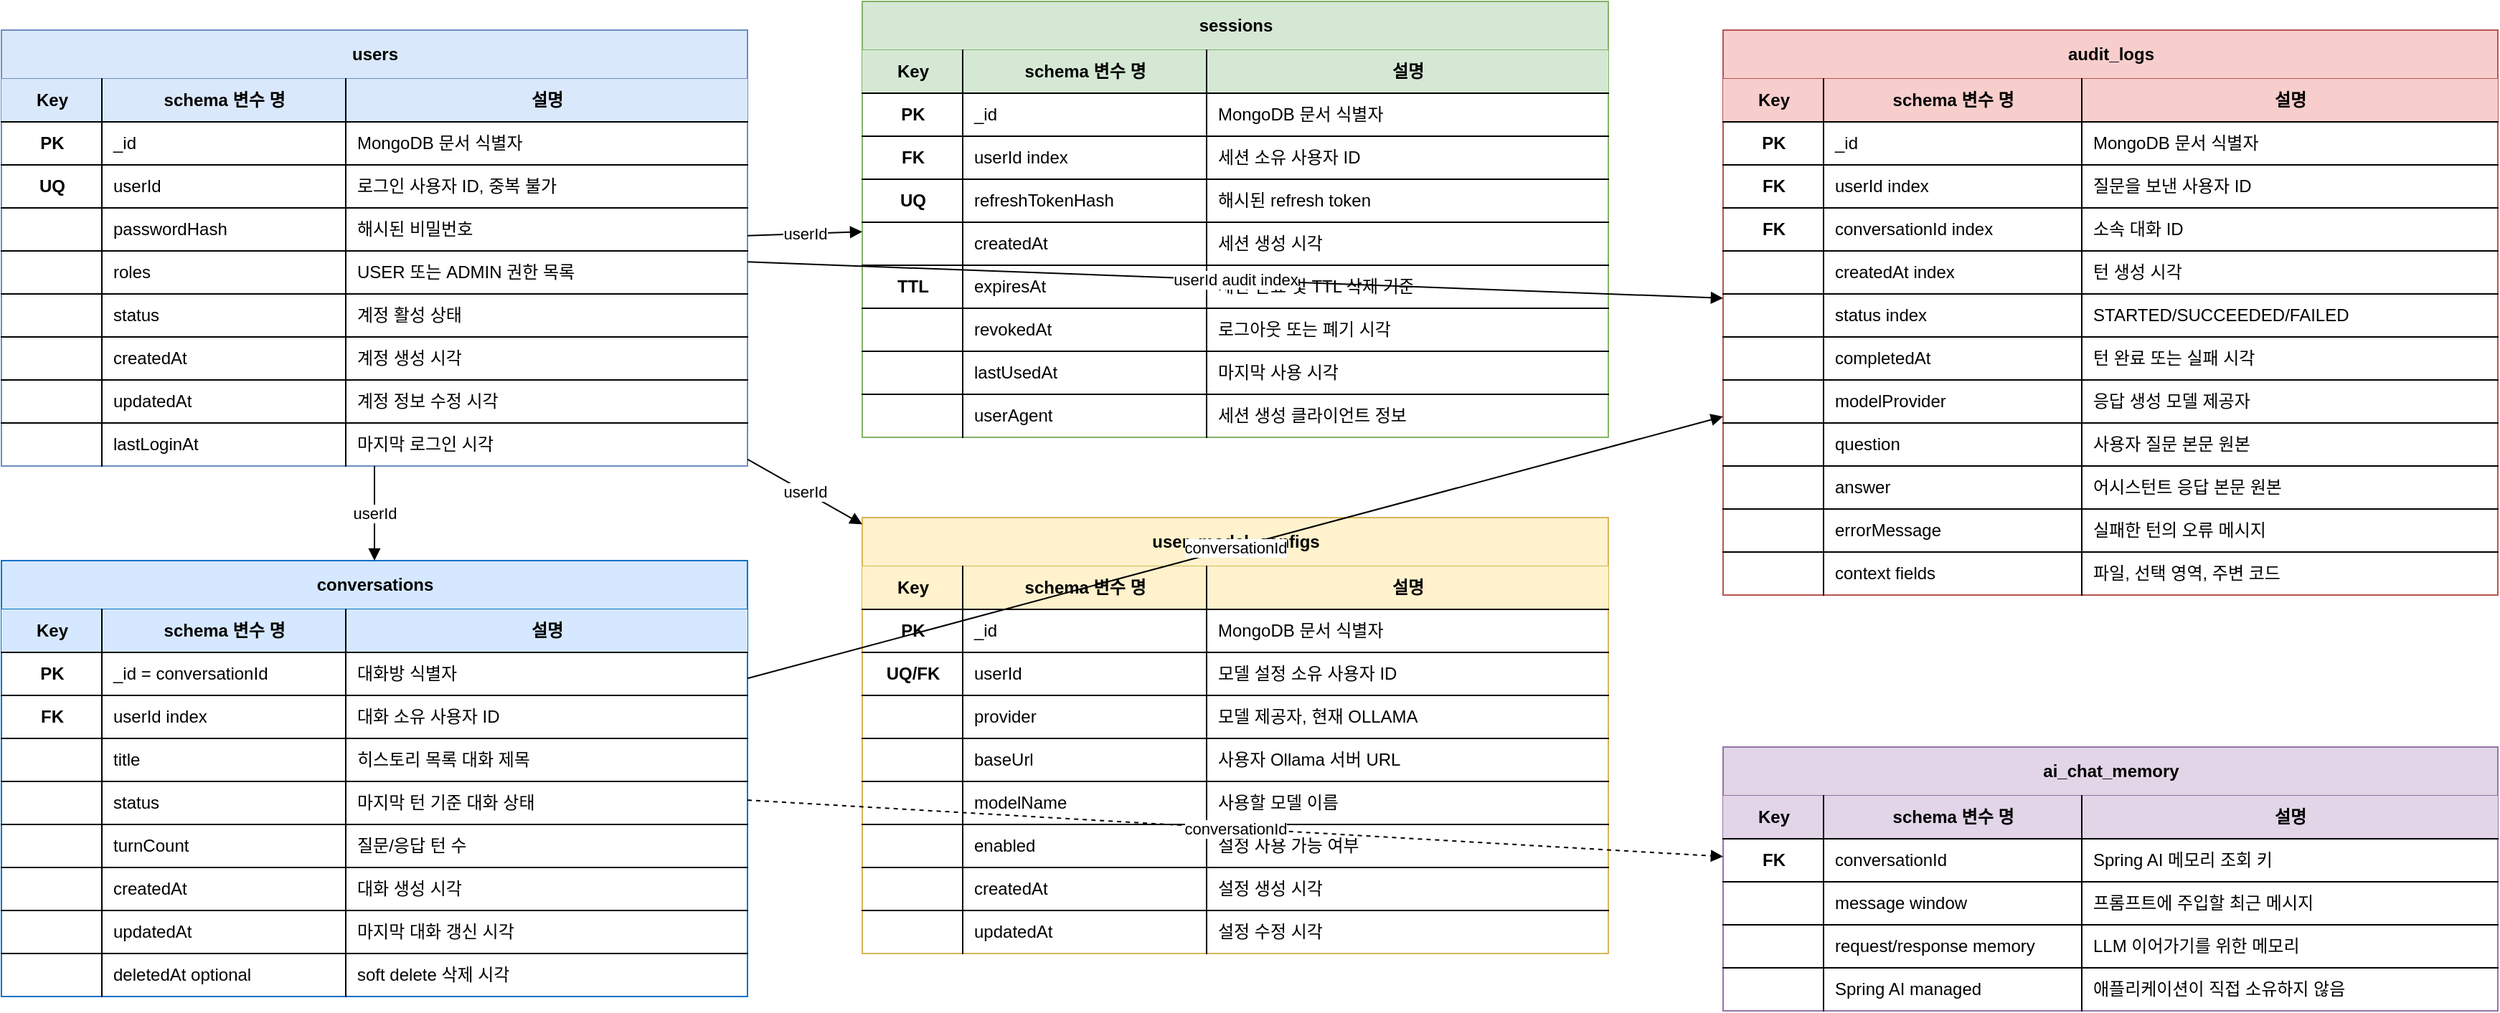
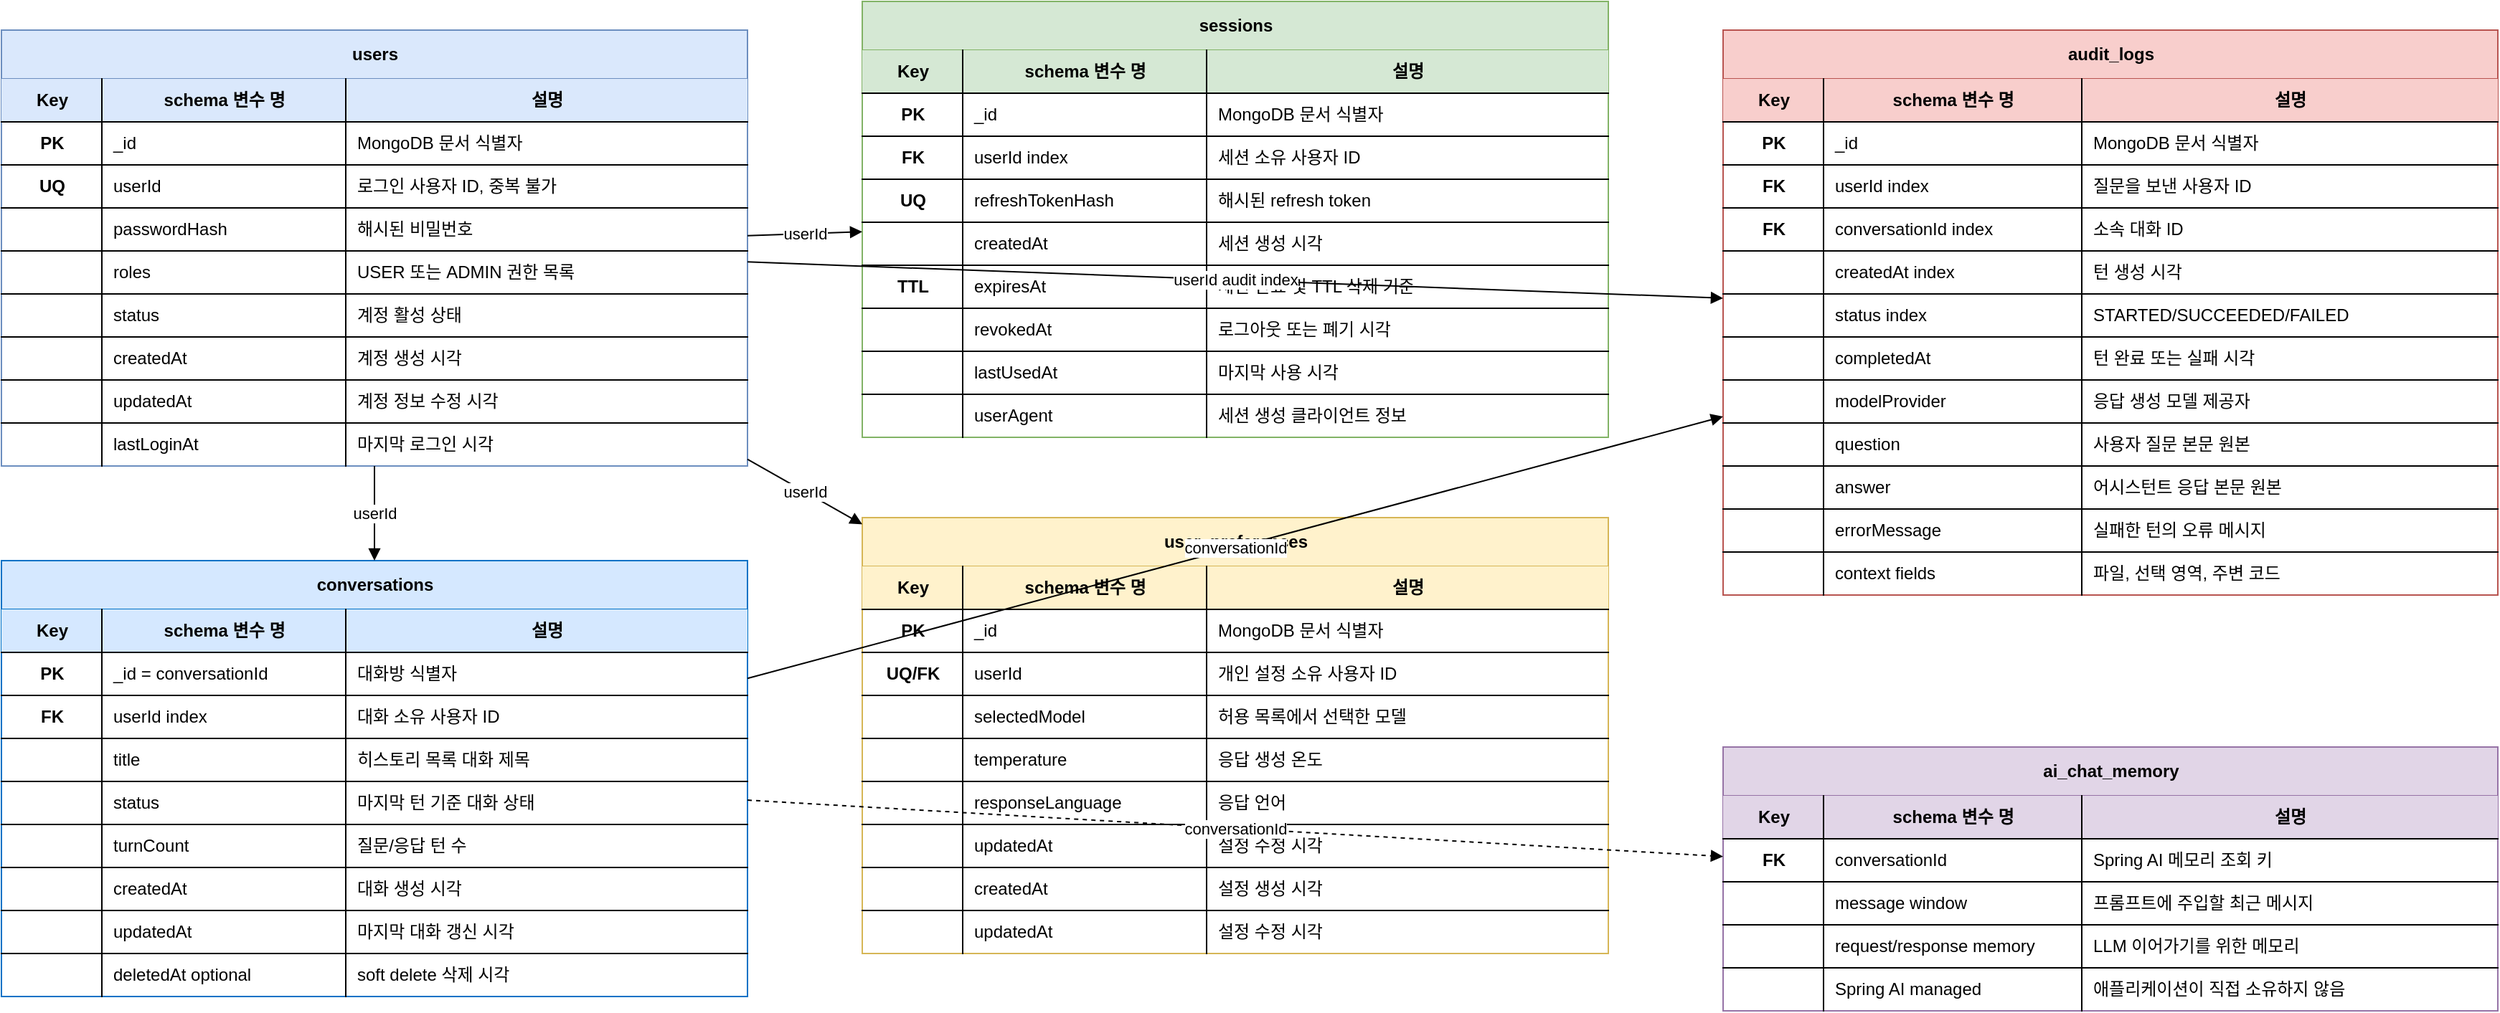
<mxfile host="app.diagrams.net" modified="2026-06-25T00:00:00.000Z" agent="Codex" version="26.0.0">
  <diagram id="klee-code-mongodb-erd" name="MongoDB Collection ERD">
    <mxGraphModel dx="1800" dy="1180" grid="1" gridSize="10" guides="1" tooltips="1" connect="1" arrows="1" fold="1" page="1" pageScale="1" pageWidth="1800" pageHeight="1180" math="0" shadow="0">
      <root>
        <mxCell id="0" />
        <mxCell id="1" parent="0" />
        <mxCell id="users" value="users" style="shape=table;startSize=34;container=1;collapsible=1;childLayout=tableLayout;fixedRows=1;rowLines=0;fontStyle=1;align=center;resizeLast=1;html=1;rounded=0;fillColor=#dae8fc;strokeColor=#6c8ebf;" vertex="1" parent="1">
          <mxGeometry x="40" y="60" width="520" height="304" as="geometry" />
        </mxCell>
        <mxCell id="users_header" value="" style="shape=tableRow;horizontal=0;startSize=0;swimlaneHead=0;swimlaneBody=0;fillColor=#dae8fc;collapsible=0;dropTarget=0;points=[[0,0.5],[1,0.5]];portConstraint=eastwest;top=0;left=0;right=0;bottom=1;" vertex="1" parent="users">
          <mxGeometry y="34" width="520" height="30" as="geometry" />
        </mxCell>
        <mxCell id="users_header_key" value="Key" style="shape=partialRectangle;connectable=0;fillColor=none;top=0;left=0;bottom=0;right=1;fontStyle=1;align=center;html=1;" vertex="1" parent="users_header">
          <mxGeometry width="70" height="30" as="geometry" />
        </mxCell>
        <mxCell id="users_header_field" value="schema 변수 명" style="shape=partialRectangle;connectable=0;fillColor=none;top=0;left=0;bottom=0;right=1;fontStyle=1;align=center;html=1;" vertex="1" parent="users_header">
          <mxGeometry x="70" width="170" height="30" as="geometry" />
        </mxCell>
        <mxCell id="users_header_desc" value="설명" style="shape=partialRectangle;connectable=0;fillColor=none;top=0;left=0;bottom=0;right=0;fontStyle=1;align=center;html=1;" vertex="1" parent="users_header">
          <mxGeometry x="240" width="280" height="30" as="geometry" />
        </mxCell>
        <mxCell id="users_row_id" value="" style="shape=tableRow;horizontal=0;startSize=0;swimlaneHead=0;swimlaneBody=0;fillColor=none;collapsible=0;dropTarget=0;points=[[0,0.5],[1,0.5]];portConstraint=eastwest;top=0;left=0;right=0;bottom=1;" vertex="1" parent="users"><mxGeometry y="64" width="520" height="30" as="geometry" /></mxCell>
        <mxCell id="users_row_id_key" value="PK" style="shape=partialRectangle;connectable=0;fillColor=none;top=0;left=0;bottom=0;right=1;fontStyle=1;align=center;html=1;" vertex="1" parent="users_row_id"><mxGeometry width="70" height="30" as="geometry" /></mxCell>
        <mxCell id="users_row_id_field" value="_id" style="shape=partialRectangle;connectable=0;fillColor=none;top=0;left=0;bottom=0;right=1;align=left;spacingLeft=6;html=1;" vertex="1" parent="users_row_id"><mxGeometry x="70" width="170" height="30" as="geometry" /></mxCell>
        <mxCell id="users_row_id_desc" value="MongoDB 문서 식별자" style="shape=partialRectangle;connectable=0;fillColor=none;top=0;left=0;bottom=0;right=0;align=left;spacingLeft=6;html=1;" vertex="1" parent="users_row_id"><mxGeometry x="240" width="280" height="30" as="geometry" /></mxCell>
        <mxCell id="users_row_userid" value="" style="shape=tableRow;horizontal=0;startSize=0;fillColor=none;collapsible=0;dropTarget=0;top=0;left=0;right=0;bottom=1;" vertex="1" parent="users"><mxGeometry y="94" width="520" height="30" as="geometry" /></mxCell>
        <mxCell id="users_row_userid_key" value="UQ" style="shape=partialRectangle;connectable=0;fillColor=none;top=0;left=0;bottom=0;right=1;fontStyle=1;align=center;html=1;" vertex="1" parent="users_row_userid"><mxGeometry width="70" height="30" as="geometry" /></mxCell>
        <mxCell id="users_row_userid_field" value="userId" style="shape=partialRectangle;connectable=0;fillColor=none;top=0;left=0;bottom=0;right=1;align=left;spacingLeft=6;html=1;" vertex="1" parent="users_row_userid"><mxGeometry x="70" width="170" height="30" as="geometry" /></mxCell>
        <mxCell id="users_row_userid_desc" value="로그인 사용자 ID, 중복 불가" style="shape=partialRectangle;connectable=0;fillColor=none;top=0;left=0;bottom=0;right=0;align=left;spacingLeft=6;html=1;" vertex="1" parent="users_row_userid"><mxGeometry x="240" width="280" height="30" as="geometry" /></mxCell>
        <mxCell id="users_row_password" value="" style="shape=tableRow;horizontal=0;startSize=0;fillColor=none;collapsible=0;dropTarget=0;top=0;left=0;right=0;bottom=1;" vertex="1" parent="users"><mxGeometry y="124" width="520" height="30" as="geometry" /></mxCell>
        <mxCell id="users_row_password_key" value="" style="shape=partialRectangle;connectable=0;fillColor=none;top=0;left=0;bottom=0;right=1;html=1;" vertex="1" parent="users_row_password"><mxGeometry width="70" height="30" as="geometry" /></mxCell>
        <mxCell id="users_row_password_field" value="passwordHash" style="shape=partialRectangle;connectable=0;fillColor=none;top=0;left=0;bottom=0;right=1;align=left;spacingLeft=6;html=1;" vertex="1" parent="users_row_password"><mxGeometry x="70" width="170" height="30" as="geometry" /></mxCell>
        <mxCell id="users_row_password_desc" value="해시된 비밀번호" style="shape=partialRectangle;connectable=0;fillColor=none;top=0;left=0;bottom=0;right=0;align=left;spacingLeft=6;html=1;" vertex="1" parent="users_row_password"><mxGeometry x="240" width="280" height="30" as="geometry" /></mxCell>
        <mxCell id="users_row_roles" value="" style="shape=tableRow;horizontal=0;startSize=0;fillColor=none;collapsible=0;dropTarget=0;top=0;left=0;right=0;bottom=1;" vertex="1" parent="users"><mxGeometry y="154" width="520" height="30" as="geometry" /></mxCell>
        <mxCell id="users_row_roles_key" value="" style="shape=partialRectangle;connectable=0;fillColor=none;top=0;left=0;bottom=0;right=1;html=1;" vertex="1" parent="users_row_roles"><mxGeometry width="70" height="30" as="geometry" /></mxCell>
        <mxCell id="users_row_roles_field" value="roles" style="shape=partialRectangle;connectable=0;fillColor=none;top=0;left=0;bottom=0;right=1;align=left;spacingLeft=6;html=1;" vertex="1" parent="users_row_roles"><mxGeometry x="70" width="170" height="30" as="geometry" /></mxCell>
        <mxCell id="users_row_roles_desc" value="USER 또는 ADMIN 권한 목록" style="shape=partialRectangle;connectable=0;fillColor=none;top=0;left=0;bottom=0;right=0;align=left;spacingLeft=6;html=1;" vertex="1" parent="users_row_roles"><mxGeometry x="240" width="280" height="30" as="geometry" /></mxCell>
        <mxCell id="users_row_status" value="" style="shape=tableRow;horizontal=0;startSize=0;fillColor=none;collapsible=0;dropTarget=0;top=0;left=0;right=0;bottom=1;" vertex="1" parent="users"><mxGeometry y="184" width="520" height="30" as="geometry" /></mxCell>
        <mxCell id="users_row_status_key" value="" style="shape=partialRectangle;connectable=0;fillColor=none;top=0;left=0;bottom=0;right=1;html=1;" vertex="1" parent="users_row_status"><mxGeometry width="70" height="30" as="geometry" /></mxCell>
        <mxCell id="users_row_status_field" value="status" style="shape=partialRectangle;connectable=0;fillColor=none;top=0;left=0;bottom=0;right=1;align=left;spacingLeft=6;html=1;" vertex="1" parent="users_row_status"><mxGeometry x="70" width="170" height="30" as="geometry" /></mxCell>
        <mxCell id="users_row_status_desc" value="계정 활성 상태" style="shape=partialRectangle;connectable=0;fillColor=none;top=0;left=0;bottom=0;right=0;align=left;spacingLeft=6;html=1;" vertex="1" parent="users_row_status"><mxGeometry x="240" width="280" height="30" as="geometry" /></mxCell>
        <mxCell id="users_row_created" value="" style="shape=tableRow;horizontal=0;startSize=0;fillColor=none;collapsible=0;dropTarget=0;top=0;left=0;right=0;bottom=1;" vertex="1" parent="users"><mxGeometry y="214" width="520" height="30" as="geometry" /></mxCell>
        <mxCell id="users_row_created_key" value="" style="shape=partialRectangle;connectable=0;fillColor=none;top=0;left=0;bottom=0;right=1;html=1;" vertex="1" parent="users_row_created"><mxGeometry width="70" height="30" as="geometry" /></mxCell>
        <mxCell id="users_row_created_field" value="createdAt" style="shape=partialRectangle;connectable=0;fillColor=none;top=0;left=0;bottom=0;right=1;align=left;spacingLeft=6;html=1;" vertex="1" parent="users_row_created"><mxGeometry x="70" width="170" height="30" as="geometry" /></mxCell>
        <mxCell id="users_row_created_desc" value="계정 생성 시각" style="shape=partialRectangle;connectable=0;fillColor=none;top=0;left=0;bottom=0;right=0;align=left;spacingLeft=6;html=1;" vertex="1" parent="users_row_created"><mxGeometry x="240" width="280" height="30" as="geometry" /></mxCell>
        <mxCell id="users_row_updated" value="" style="shape=tableRow;horizontal=0;startSize=0;fillColor=none;collapsible=0;dropTarget=0;top=0;left=0;right=0;bottom=1;" vertex="1" parent="users"><mxGeometry y="244" width="520" height="30" as="geometry" /></mxCell>
        <mxCell id="users_row_updated_key" value="" style="shape=partialRectangle;connectable=0;fillColor=none;top=0;left=0;bottom=0;right=1;html=1;" vertex="1" parent="users_row_updated"><mxGeometry width="70" height="30" as="geometry" /></mxCell>
        <mxCell id="users_row_updated_field" value="updatedAt" style="shape=partialRectangle;connectable=0;fillColor=none;top=0;left=0;bottom=0;right=1;align=left;spacingLeft=6;html=1;" vertex="1" parent="users_row_updated"><mxGeometry x="70" width="170" height="30" as="geometry" /></mxCell>
        <mxCell id="users_row_updated_desc" value="계정 정보 수정 시각" style="shape=partialRectangle;connectable=0;fillColor=none;top=0;left=0;bottom=0;right=0;align=left;spacingLeft=6;html=1;" vertex="1" parent="users_row_updated"><mxGeometry x="240" width="280" height="30" as="geometry" /></mxCell>
        <mxCell id="users_row_login" value="" style="shape=tableRow;horizontal=0;startSize=0;fillColor=none;collapsible=0;dropTarget=0;top=0;left=0;right=0;bottom=0;" vertex="1" parent="users"><mxGeometry y="274" width="520" height="30" as="geometry" /></mxCell>
        <mxCell id="users_row_login_key" value="" style="shape=partialRectangle;connectable=0;fillColor=none;top=0;left=0;bottom=0;right=1;html=1;" vertex="1" parent="users_row_login"><mxGeometry width="70" height="30" as="geometry" /></mxCell>
        <mxCell id="users_row_login_field" value="lastLoginAt" style="shape=partialRectangle;connectable=0;fillColor=none;top=0;left=0;bottom=0;right=1;align=left;spacingLeft=6;html=1;" vertex="1" parent="users_row_login"><mxGeometry x="70" width="170" height="30" as="geometry" /></mxCell>
        <mxCell id="users_row_login_desc" value="마지막 로그인 시각" style="shape=partialRectangle;connectable=0;fillColor=none;top=0;left=0;bottom=0;right=0;align=left;spacingLeft=6;html=1;" vertex="1" parent="users_row_login"><mxGeometry x="240" width="280" height="30" as="geometry" /></mxCell>

        <mxCell id="sessions" value="sessions" style="shape=table;startSize=34;container=1;collapsible=1;childLayout=tableLayout;fixedRows=1;rowLines=0;fontStyle=1;align=center;resizeLast=1;html=1;rounded=0;fillColor=#d5e8d4;strokeColor=#82b366;" vertex="1" parent="1">
          <mxGeometry x="640" y="40" width="520" height="304" as="geometry" />
        </mxCell>
        <mxCell id="sessions_header" value="" style="shape=tableRow;horizontal=0;startSize=0;fillColor=#d5e8d4;collapsible=0;dropTarget=0;top=0;left=0;right=0;bottom=1;" vertex="1" parent="sessions"><mxGeometry y="34" width="520" height="30" as="geometry" /></mxCell>
        <mxCell id="sessions_header_key" value="Key" style="shape=partialRectangle;connectable=0;fillColor=none;top=0;left=0;bottom=0;right=1;fontStyle=1;align=center;html=1;" vertex="1" parent="sessions_header"><mxGeometry width="70" height="30" as="geometry" /></mxCell>
        <mxCell id="sessions_header_field" value="schema 변수 명" style="shape=partialRectangle;connectable=0;fillColor=none;top=0;left=0;bottom=0;right=1;fontStyle=1;align=center;html=1;" vertex="1" parent="sessions_header"><mxGeometry x="70" width="170" height="30" as="geometry" /></mxCell>
        <mxCell id="sessions_header_desc" value="설명" style="shape=partialRectangle;connectable=0;fillColor=none;top=0;left=0;bottom=0;right=0;fontStyle=1;align=center;html=1;" vertex="1" parent="sessions_header"><mxGeometry x="240" width="280" height="30" as="geometry" /></mxCell>
        <mxCell id="sessions_row_id" value="" style="shape=tableRow;horizontal=0;startSize=0;fillColor=none;collapsible=0;dropTarget=0;top=0;left=0;right=0;bottom=1;" vertex="1" parent="sessions"><mxGeometry y="64" width="520" height="30" as="geometry" /></mxCell>
        <mxCell id="sessions_row_id_key" value="PK" style="shape=partialRectangle;connectable=0;fillColor=none;top=0;left=0;bottom=0;right=1;fontStyle=1;align=center;html=1;" vertex="1" parent="sessions_row_id"><mxGeometry width="70" height="30" as="geometry" /></mxCell>
        <mxCell id="sessions_row_id_field" value="_id" style="shape=partialRectangle;connectable=0;fillColor=none;top=0;left=0;bottom=0;right=1;align=left;spacingLeft=6;html=1;" vertex="1" parent="sessions_row_id"><mxGeometry x="70" width="170" height="30" as="geometry" /></mxCell>
        <mxCell id="sessions_row_id_desc" value="MongoDB 문서 식별자" style="shape=partialRectangle;connectable=0;fillColor=none;top=0;left=0;bottom=0;right=0;align=left;spacingLeft=6;html=1;" vertex="1" parent="sessions_row_id"><mxGeometry x="240" width="280" height="30" as="geometry" /></mxCell>
        <mxCell id="sessions_row_userid" value="" style="shape=tableRow;horizontal=0;startSize=0;fillColor=none;collapsible=0;dropTarget=0;top=0;left=0;right=0;bottom=1;" vertex="1" parent="sessions"><mxGeometry y="94" width="520" height="30" as="geometry" /></mxCell>
        <mxCell id="sessions_row_userid_key" value="FK" style="shape=partialRectangle;connectable=0;fillColor=none;top=0;left=0;bottom=0;right=1;fontStyle=1;align=center;html=1;" vertex="1" parent="sessions_row_userid"><mxGeometry width="70" height="30" as="geometry" /></mxCell>
        <mxCell id="sessions_row_userid_field" value="userId index" style="shape=partialRectangle;connectable=0;fillColor=none;top=0;left=0;bottom=0;right=1;align=left;spacingLeft=6;html=1;" vertex="1" parent="sessions_row_userid"><mxGeometry x="70" width="170" height="30" as="geometry" /></mxCell>
        <mxCell id="sessions_row_userid_desc" value="세션 소유 사용자 ID" style="shape=partialRectangle;connectable=0;fillColor=none;top=0;left=0;bottom=0;right=0;align=left;spacingLeft=6;html=1;" vertex="1" parent="sessions_row_userid"><mxGeometry x="240" width="280" height="30" as="geometry" /></mxCell>
        <mxCell id="sessions_row_refresh" value="" style="shape=tableRow;horizontal=0;startSize=0;fillColor=none;collapsible=0;dropTarget=0;top=0;left=0;right=0;bottom=1;" vertex="1" parent="sessions"><mxGeometry y="124" width="520" height="30" as="geometry" /></mxCell>
        <mxCell id="sessions_row_refresh_key" value="UQ" style="shape=partialRectangle;connectable=0;fillColor=none;top=0;left=0;bottom=0;right=1;fontStyle=1;align=center;html=1;" vertex="1" parent="sessions_row_refresh"><mxGeometry width="70" height="30" as="geometry" /></mxCell>
        <mxCell id="sessions_row_refresh_field" value="refreshTokenHash" style="shape=partialRectangle;connectable=0;fillColor=none;top=0;left=0;bottom=0;right=1;align=left;spacingLeft=6;html=1;" vertex="1" parent="sessions_row_refresh"><mxGeometry x="70" width="170" height="30" as="geometry" /></mxCell>
        <mxCell id="sessions_row_refresh_desc" value="해시된 refresh token" style="shape=partialRectangle;connectable=0;fillColor=none;top=0;left=0;bottom=0;right=0;align=left;spacingLeft=6;html=1;" vertex="1" parent="sessions_row_refresh"><mxGeometry x="240" width="280" height="30" as="geometry" /></mxCell>
        <mxCell id="sessions_row_created" value="" style="shape=tableRow;horizontal=0;startSize=0;fillColor=none;collapsible=0;dropTarget=0;top=0;left=0;right=0;bottom=1;" vertex="1" parent="sessions"><mxGeometry y="154" width="520" height="30" as="geometry" /></mxCell>
        <mxCell id="sessions_row_created_key" value="" style="shape=partialRectangle;connectable=0;fillColor=none;top=0;left=0;bottom=0;right=1;html=1;" vertex="1" parent="sessions_row_created"><mxGeometry width="70" height="30" as="geometry" /></mxCell>
        <mxCell id="sessions_row_created_field" value="createdAt" style="shape=partialRectangle;connectable=0;fillColor=none;top=0;left=0;bottom=0;right=1;align=left;spacingLeft=6;html=1;" vertex="1" parent="sessions_row_created"><mxGeometry x="70" width="170" height="30" as="geometry" /></mxCell>
        <mxCell id="sessions_row_created_desc" value="세션 생성 시각" style="shape=partialRectangle;connectable=0;fillColor=none;top=0;left=0;bottom=0;right=0;align=left;spacingLeft=6;html=1;" vertex="1" parent="sessions_row_created"><mxGeometry x="240" width="280" height="30" as="geometry" /></mxCell>
        <mxCell id="sessions_row_expires" value="" style="shape=tableRow;horizontal=0;startSize=0;fillColor=none;collapsible=0;dropTarget=0;top=0;left=0;right=0;bottom=1;" vertex="1" parent="sessions"><mxGeometry y="184" width="520" height="30" as="geometry" /></mxCell>
        <mxCell id="sessions_row_expires_key" value="TTL" style="shape=partialRectangle;connectable=0;fillColor=none;top=0;left=0;bottom=0;right=1;fontStyle=1;align=center;html=1;" vertex="1" parent="sessions_row_expires"><mxGeometry width="70" height="30" as="geometry" /></mxCell>
        <mxCell id="sessions_row_expires_field" value="expiresAt" style="shape=partialRectangle;connectable=0;fillColor=none;top=0;left=0;bottom=0;right=1;align=left;spacingLeft=6;html=1;" vertex="1" parent="sessions_row_expires"><mxGeometry x="70" width="170" height="30" as="geometry" /></mxCell>
        <mxCell id="sessions_row_expires_desc" value="세션 만료 및 TTL 삭제 기준" style="shape=partialRectangle;connectable=0;fillColor=none;top=0;left=0;bottom=0;right=0;align=left;spacingLeft=6;html=1;" vertex="1" parent="sessions_row_expires"><mxGeometry x="240" width="280" height="30" as="geometry" /></mxCell>
        <mxCell id="sessions_row_revoked" value="" style="shape=tableRow;horizontal=0;startSize=0;fillColor=none;collapsible=0;dropTarget=0;top=0;left=0;right=0;bottom=1;" vertex="1" parent="sessions"><mxGeometry y="214" width="520" height="30" as="geometry" /></mxCell>
        <mxCell id="sessions_row_revoked_key" value="" style="shape=partialRectangle;connectable=0;fillColor=none;top=0;left=0;bottom=0;right=1;html=1;" vertex="1" parent="sessions_row_revoked"><mxGeometry width="70" height="30" as="geometry" /></mxCell>
        <mxCell id="sessions_row_revoked_field" value="revokedAt" style="shape=partialRectangle;connectable=0;fillColor=none;top=0;left=0;bottom=0;right=1;align=left;spacingLeft=6;html=1;" vertex="1" parent="sessions_row_revoked"><mxGeometry x="70" width="170" height="30" as="geometry" /></mxCell>
        <mxCell id="sessions_row_revoked_desc" value="로그아웃 또는 폐기 시각" style="shape=partialRectangle;connectable=0;fillColor=none;top=0;left=0;bottom=0;right=0;align=left;spacingLeft=6;html=1;" vertex="1" parent="sessions_row_revoked"><mxGeometry x="240" width="280" height="30" as="geometry" /></mxCell>
        <mxCell id="sessions_row_lastused" value="" style="shape=tableRow;horizontal=0;startSize=0;fillColor=none;collapsible=0;dropTarget=0;top=0;left=0;right=0;bottom=1;" vertex="1" parent="sessions"><mxGeometry y="244" width="520" height="30" as="geometry" /></mxCell>
        <mxCell id="sessions_row_lastused_key" value="" style="shape=partialRectangle;connectable=0;fillColor=none;top=0;left=0;bottom=0;right=1;html=1;" vertex="1" parent="sessions_row_lastused"><mxGeometry width="70" height="30" as="geometry" /></mxCell>
        <mxCell id="sessions_row_lastused_field" value="lastUsedAt" style="shape=partialRectangle;connectable=0;fillColor=none;top=0;left=0;bottom=0;right=1;align=left;spacingLeft=6;html=1;" vertex="1" parent="sessions_row_lastused"><mxGeometry x="70" width="170" height="30" as="geometry" /></mxCell>
        <mxCell id="sessions_row_lastused_desc" value="마지막 사용 시각" style="shape=partialRectangle;connectable=0;fillColor=none;top=0;left=0;bottom=0;right=0;align=left;spacingLeft=6;html=1;" vertex="1" parent="sessions_row_lastused"><mxGeometry x="240" width="280" height="30" as="geometry" /></mxCell>
        <mxCell id="sessions_row_agent" value="" style="shape=tableRow;horizontal=0;startSize=0;fillColor=none;collapsible=0;dropTarget=0;top=0;left=0;right=0;bottom=0;" vertex="1" parent="sessions"><mxGeometry y="274" width="520" height="30" as="geometry" /></mxCell>
        <mxCell id="sessions_row_agent_key" value="" style="shape=partialRectangle;connectable=0;fillColor=none;top=0;left=0;bottom=0;right=1;html=1;" vertex="1" parent="sessions_row_agent"><mxGeometry width="70" height="30" as="geometry" /></mxCell>
        <mxCell id="sessions_row_agent_field" value="userAgent" style="shape=partialRectangle;connectable=0;fillColor=none;top=0;left=0;bottom=0;right=1;align=left;spacingLeft=6;html=1;" vertex="1" parent="sessions_row_agent"><mxGeometry x="70" width="170" height="30" as="geometry" /></mxCell>
        <mxCell id="sessions_row_agent_desc" value="세션 생성 클라이언트 정보" style="shape=partialRectangle;connectable=0;fillColor=none;top=0;left=0;bottom=0;right=0;align=left;spacingLeft=6;html=1;" vertex="1" parent="sessions_row_agent"><mxGeometry x="240" width="280" height="30" as="geometry" /></mxCell>

-         <mxCell id="modelconfigs" value="user_model_configs" style="shape=table;startSize=34;container=1;collapsible=1;childLayout=tableLayout;fixedRows=1;rowLines=0;fontStyle=1;align=center;resizeLast=1;html=1;rounded=0;fillColor=#fff2cc;strokeColor=#d6b656;" vertex="1" parent="1">
+         <mxCell id="modelconfigs" value="user_preferences" style="shape=table;startSize=34;container=1;collapsible=1;childLayout=tableLayout;fixedRows=1;rowLines=0;fontStyle=1;align=center;resizeLast=1;html=1;rounded=0;fillColor=#fff2cc;strokeColor=#d6b656;" vertex="1" parent="1">
          <mxGeometry x="640" y="400" width="520" height="304" as="geometry" />
        </mxCell>
        <mxCell id="modelconfigs_header" value="" style="shape=tableRow;horizontal=0;startSize=0;fillColor=#fff2cc;collapsible=0;dropTarget=0;top=0;left=0;right=0;bottom=1;" vertex="1" parent="modelconfigs"><mxGeometry y="34" width="520" height="30" as="geometry" /></mxCell>
        <mxCell id="modelconfigs_header_key" value="Key" style="shape=partialRectangle;connectable=0;fillColor=none;top=0;left=0;bottom=0;right=1;fontStyle=1;align=center;html=1;" vertex="1" parent="modelconfigs_header"><mxGeometry width="70" height="30" as="geometry" /></mxCell>
        <mxCell id="modelconfigs_header_field" value="schema 변수 명" style="shape=partialRectangle;connectable=0;fillColor=none;top=0;left=0;bottom=0;right=1;fontStyle=1;align=center;html=1;" vertex="1" parent="modelconfigs_header"><mxGeometry x="70" width="170" height="30" as="geometry" /></mxCell>
        <mxCell id="modelconfigs_header_desc" value="설명" style="shape=partialRectangle;connectable=0;fillColor=none;top=0;left=0;bottom=0;right=0;fontStyle=1;align=center;html=1;" vertex="1" parent="modelconfigs_header"><mxGeometry x="240" width="280" height="30" as="geometry" /></mxCell>
        <mxCell id="modelconfigs_row_id" value="" style="shape=tableRow;horizontal=0;startSize=0;fillColor=none;collapsible=0;dropTarget=0;top=0;left=0;right=0;bottom=1;" vertex="1" parent="modelconfigs"><mxGeometry y="64" width="520" height="30" as="geometry" /></mxCell>
        <mxCell id="modelconfigs_row_id_key" value="PK" style="shape=partialRectangle;connectable=0;fillColor=none;top=0;left=0;bottom=0;right=1;fontStyle=1;align=center;html=1;" vertex="1" parent="modelconfigs_row_id"><mxGeometry width="70" height="30" as="geometry" /></mxCell>
        <mxCell id="modelconfigs_row_id_field" value="_id" style="shape=partialRectangle;connectable=0;fillColor=none;top=0;left=0;bottom=0;right=1;align=left;spacingLeft=6;html=1;" vertex="1" parent="modelconfigs_row_id"><mxGeometry x="70" width="170" height="30" as="geometry" /></mxCell>
        <mxCell id="modelconfigs_row_id_desc" value="MongoDB 문서 식별자" style="shape=partialRectangle;connectable=0;fillColor=none;top=0;left=0;bottom=0;right=0;align=left;spacingLeft=6;html=1;" vertex="1" parent="modelconfigs_row_id"><mxGeometry x="240" width="280" height="30" as="geometry" /></mxCell>
        <mxCell id="modelconfigs_row_userid" value="" style="shape=tableRow;horizontal=0;startSize=0;fillColor=none;collapsible=0;dropTarget=0;top=0;left=0;right=0;bottom=1;" vertex="1" parent="modelconfigs"><mxGeometry y="94" width="520" height="30" as="geometry" /></mxCell>
        <mxCell id="modelconfigs_row_userid_key" value="UQ/FK" style="shape=partialRectangle;connectable=0;fillColor=none;top=0;left=0;bottom=0;right=1;fontStyle=1;align=center;html=1;" vertex="1" parent="modelconfigs_row_userid"><mxGeometry width="70" height="30" as="geometry" /></mxCell>
        <mxCell id="modelconfigs_row_userid_field" value="userId" style="shape=partialRectangle;connectable=0;fillColor=none;top=0;left=0;bottom=0;right=1;align=left;spacingLeft=6;html=1;" vertex="1" parent="modelconfigs_row_userid"><mxGeometry x="70" width="170" height="30" as="geometry" /></mxCell>
-         <mxCell id="modelconfigs_row_userid_desc" value="모델 설정 소유 사용자 ID" style="shape=partialRectangle;connectable=0;fillColor=none;top=0;left=0;bottom=0;right=0;align=left;spacingLeft=6;html=1;" vertex="1" parent="modelconfigs_row_userid"><mxGeometry x="240" width="280" height="30" as="geometry" /></mxCell>
+         <mxCell id="modelconfigs_row_userid_desc" value="개인 설정 소유 사용자 ID" style="shape=partialRectangle;connectable=0;fillColor=none;top=0;left=0;bottom=0;right=0;align=left;spacingLeft=6;html=1;" vertex="1" parent="modelconfigs_row_userid"><mxGeometry x="240" width="280" height="30" as="geometry" /></mxCell>
        <mxCell id="modelconfigs_row_provider" value="" style="shape=tableRow;horizontal=0;startSize=0;fillColor=none;collapsible=0;dropTarget=0;top=0;left=0;right=0;bottom=1;" vertex="1" parent="modelconfigs"><mxGeometry y="124" width="520" height="30" as="geometry" /></mxCell>
        <mxCell id="modelconfigs_row_provider_key" value="" style="shape=partialRectangle;connectable=0;fillColor=none;top=0;left=0;bottom=0;right=1;html=1;" vertex="1" parent="modelconfigs_row_provider"><mxGeometry width="70" height="30" as="geometry" /></mxCell>
-         <mxCell id="modelconfigs_row_provider_field" value="provider" style="shape=partialRectangle;connectable=0;fillColor=none;top=0;left=0;bottom=0;right=1;align=left;spacingLeft=6;html=1;" vertex="1" parent="modelconfigs_row_provider"><mxGeometry x="70" width="170" height="30" as="geometry" /></mxCell>
-         <mxCell id="modelconfigs_row_provider_desc" value="모델 제공자, 현재 OLLAMA" style="shape=partialRectangle;connectable=0;fillColor=none;top=0;left=0;bottom=0;right=0;align=left;spacingLeft=6;html=1;" vertex="1" parent="modelconfigs_row_provider"><mxGeometry x="240" width="280" height="30" as="geometry" /></mxCell>
+         <mxCell id="modelconfigs_row_provider_field" value="selectedModel" style="shape=partialRectangle;connectable=0;fillColor=none;top=0;left=0;bottom=0;right=1;align=left;spacingLeft=6;html=1;" vertex="1" parent="modelconfigs_row_provider"><mxGeometry x="70" width="170" height="30" as="geometry" /></mxCell>
+         <mxCell id="modelconfigs_row_provider_desc" value="허용 목록에서 선택한 모델" style="shape=partialRectangle;connectable=0;fillColor=none;top=0;left=0;bottom=0;right=0;align=left;spacingLeft=6;html=1;" vertex="1" parent="modelconfigs_row_provider"><mxGeometry x="240" width="280" height="30" as="geometry" /></mxCell>
        <mxCell id="modelconfigs_row_baseurl" value="" style="shape=tableRow;horizontal=0;startSize=0;fillColor=none;collapsible=0;dropTarget=0;top=0;left=0;right=0;bottom=1;" vertex="1" parent="modelconfigs"><mxGeometry y="154" width="520" height="30" as="geometry" /></mxCell>
        <mxCell id="modelconfigs_row_baseurl_key" value="" style="shape=partialRectangle;connectable=0;fillColor=none;top=0;left=0;bottom=0;right=1;html=1;" vertex="1" parent="modelconfigs_row_baseurl"><mxGeometry width="70" height="30" as="geometry" /></mxCell>
-         <mxCell id="modelconfigs_row_baseurl_field" value="baseUrl" style="shape=partialRectangle;connectable=0;fillColor=none;top=0;left=0;bottom=0;right=1;align=left;spacingLeft=6;html=1;" vertex="1" parent="modelconfigs_row_baseurl"><mxGeometry x="70" width="170" height="30" as="geometry" /></mxCell>
-         <mxCell id="modelconfigs_row_baseurl_desc" value="사용자 Ollama 서버 URL" style="shape=partialRectangle;connectable=0;fillColor=none;top=0;left=0;bottom=0;right=0;align=left;spacingLeft=6;html=1;" vertex="1" parent="modelconfigs_row_baseurl"><mxGeometry x="240" width="280" height="30" as="geometry" /></mxCell>
+         <mxCell id="modelconfigs_row_baseurl_field" value="temperature" style="shape=partialRectangle;connectable=0;fillColor=none;top=0;left=0;bottom=0;right=1;align=left;spacingLeft=6;html=1;" vertex="1" parent="modelconfigs_row_baseurl"><mxGeometry x="70" width="170" height="30" as="geometry" /></mxCell>
+         <mxCell id="modelconfigs_row_baseurl_desc" value="응답 생성 온도" style="shape=partialRectangle;connectable=0;fillColor=none;top=0;left=0;bottom=0;right=0;align=left;spacingLeft=6;html=1;" vertex="1" parent="modelconfigs_row_baseurl"><mxGeometry x="240" width="280" height="30" as="geometry" /></mxCell>
        <mxCell id="modelconfigs_row_modelname" value="" style="shape=tableRow;horizontal=0;startSize=0;fillColor=none;collapsible=0;dropTarget=0;top=0;left=0;right=0;bottom=1;" vertex="1" parent="modelconfigs"><mxGeometry y="184" width="520" height="30" as="geometry" /></mxCell>
        <mxCell id="modelconfigs_row_modelname_key" value="" style="shape=partialRectangle;connectable=0;fillColor=none;top=0;left=0;bottom=0;right=1;html=1;" vertex="1" parent="modelconfigs_row_modelname"><mxGeometry width="70" height="30" as="geometry" /></mxCell>
-         <mxCell id="modelconfigs_row_modelname_field" value="modelName" style="shape=partialRectangle;connectable=0;fillColor=none;top=0;left=0;bottom=0;right=1;align=left;spacingLeft=6;html=1;" vertex="1" parent="modelconfigs_row_modelname"><mxGeometry x="70" width="170" height="30" as="geometry" /></mxCell>
-         <mxCell id="modelconfigs_row_modelname_desc" value="사용할 모델 이름" style="shape=partialRectangle;connectable=0;fillColor=none;top=0;left=0;bottom=0;right=0;align=left;spacingLeft=6;html=1;" vertex="1" parent="modelconfigs_row_modelname"><mxGeometry x="240" width="280" height="30" as="geometry" /></mxCell>
+         <mxCell id="modelconfigs_row_modelname_field" value="responseLanguage" style="shape=partialRectangle;connectable=0;fillColor=none;top=0;left=0;bottom=0;right=1;align=left;spacingLeft=6;html=1;" vertex="1" parent="modelconfigs_row_modelname"><mxGeometry x="70" width="170" height="30" as="geometry" /></mxCell>
+         <mxCell id="modelconfigs_row_modelname_desc" value="응답 언어" style="shape=partialRectangle;connectable=0;fillColor=none;top=0;left=0;bottom=0;right=0;align=left;spacingLeft=6;html=1;" vertex="1" parent="modelconfigs_row_modelname"><mxGeometry x="240" width="280" height="30" as="geometry" /></mxCell>
        <mxCell id="modelconfigs_row_enabled" value="" style="shape=tableRow;horizontal=0;startSize=0;fillColor=none;collapsible=0;dropTarget=0;top=0;left=0;right=0;bottom=1;" vertex="1" parent="modelconfigs"><mxGeometry y="214" width="520" height="30" as="geometry" /></mxCell>
        <mxCell id="modelconfigs_row_enabled_key" value="" style="shape=partialRectangle;connectable=0;fillColor=none;top=0;left=0;bottom=0;right=1;html=1;" vertex="1" parent="modelconfigs_row_enabled"><mxGeometry width="70" height="30" as="geometry" /></mxCell>
-         <mxCell id="modelconfigs_row_enabled_field" value="enabled" style="shape=partialRectangle;connectable=0;fillColor=none;top=0;left=0;bottom=0;right=1;align=left;spacingLeft=6;html=1;" vertex="1" parent="modelconfigs_row_enabled"><mxGeometry x="70" width="170" height="30" as="geometry" /></mxCell>
-         <mxCell id="modelconfigs_row_enabled_desc" value="설정 사용 가능 여부" style="shape=partialRectangle;connectable=0;fillColor=none;top=0;left=0;bottom=0;right=0;align=left;spacingLeft=6;html=1;" vertex="1" parent="modelconfigs_row_enabled"><mxGeometry x="240" width="280" height="30" as="geometry" /></mxCell>
+         <mxCell id="modelconfigs_row_enabled_field" value="updatedAt" style="shape=partialRectangle;connectable=0;fillColor=none;top=0;left=0;bottom=0;right=1;align=left;spacingLeft=6;html=1;" vertex="1" parent="modelconfigs_row_enabled"><mxGeometry x="70" width="170" height="30" as="geometry" /></mxCell>
+         <mxCell id="modelconfigs_row_enabled_desc" value="설정 수정 시각" style="shape=partialRectangle;connectable=0;fillColor=none;top=0;left=0;bottom=0;right=0;align=left;spacingLeft=6;html=1;" vertex="1" parent="modelconfigs_row_enabled"><mxGeometry x="240" width="280" height="30" as="geometry" /></mxCell>
        <mxCell id="modelconfigs_row_created" value="" style="shape=tableRow;horizontal=0;startSize=0;fillColor=none;collapsible=0;dropTarget=0;top=0;left=0;right=0;bottom=1;" vertex="1" parent="modelconfigs"><mxGeometry y="244" width="520" height="30" as="geometry" /></mxCell>
        <mxCell id="modelconfigs_row_created_key" value="" style="shape=partialRectangle;connectable=0;fillColor=none;top=0;left=0;bottom=0;right=1;html=1;" vertex="1" parent="modelconfigs_row_created"><mxGeometry width="70" height="30" as="geometry" /></mxCell>
        <mxCell id="modelconfigs_row_created_field" value="createdAt" style="shape=partialRectangle;connectable=0;fillColor=none;top=0;left=0;bottom=0;right=1;align=left;spacingLeft=6;html=1;" vertex="1" parent="modelconfigs_row_created"><mxGeometry x="70" width="170" height="30" as="geometry" /></mxCell>
        <mxCell id="modelconfigs_row_created_desc" value="설정 생성 시각" style="shape=partialRectangle;connectable=0;fillColor=none;top=0;left=0;bottom=0;right=0;align=left;spacingLeft=6;html=1;" vertex="1" parent="modelconfigs_row_created"><mxGeometry x="240" width="280" height="30" as="geometry" /></mxCell>
        <mxCell id="modelconfigs_row_updated" value="" style="shape=tableRow;horizontal=0;startSize=0;fillColor=none;collapsible=0;dropTarget=0;top=0;left=0;right=0;bottom=0;" vertex="1" parent="modelconfigs"><mxGeometry y="274" width="520" height="30" as="geometry" /></mxCell>
        <mxCell id="modelconfigs_row_updated_key" value="" style="shape=partialRectangle;connectable=0;fillColor=none;top=0;left=0;bottom=0;right=1;html=1;" vertex="1" parent="modelconfigs_row_updated"><mxGeometry width="70" height="30" as="geometry" /></mxCell>
        <mxCell id="modelconfigs_row_updated_field" value="updatedAt" style="shape=partialRectangle;connectable=0;fillColor=none;top=0;left=0;bottom=0;right=1;align=left;spacingLeft=6;html=1;" vertex="1" parent="modelconfigs_row_updated"><mxGeometry x="70" width="170" height="30" as="geometry" /></mxCell>
        <mxCell id="modelconfigs_row_updated_desc" value="설정 수정 시각" style="shape=partialRectangle;connectable=0;fillColor=none;top=0;left=0;bottom=0;right=0;align=left;spacingLeft=6;html=1;" vertex="1" parent="modelconfigs_row_updated"><mxGeometry x="240" width="280" height="30" as="geometry" /></mxCell>

        <mxCell id="conversations" value="conversations" style="shape=table;startSize=34;container=1;collapsible=1;childLayout=tableLayout;fixedRows=1;rowLines=0;fontStyle=1;align=center;resizeLast=1;html=1;rounded=0;fillColor=#d5e8ff;strokeColor=#0072c6;" vertex="1" parent="1">
          <mxGeometry x="40" y="430" width="520" height="304" as="geometry" />
        </mxCell>
        <mxCell id="conversations_header" value="" style="shape=tableRow;horizontal=0;startSize=0;fillColor=#d5e8ff;collapsible=0;dropTarget=0;top=0;left=0;right=0;bottom=1;" vertex="1" parent="conversations"><mxGeometry y="34" width="520" height="30" as="geometry" /></mxCell>
        <mxCell id="conversations_header_key" value="Key" style="shape=partialRectangle;connectable=0;fillColor=none;top=0;left=0;bottom=0;right=1;fontStyle=1;align=center;html=1;" vertex="1" parent="conversations_header"><mxGeometry width="70" height="30" as="geometry" /></mxCell>
        <mxCell id="conversations_header_field" value="schema 변수 명" style="shape=partialRectangle;connectable=0;fillColor=none;top=0;left=0;bottom=0;right=1;fontStyle=1;align=center;html=1;" vertex="1" parent="conversations_header"><mxGeometry x="70" width="170" height="30" as="geometry" /></mxCell>
        <mxCell id="conversations_header_desc" value="설명" style="shape=partialRectangle;connectable=0;fillColor=none;top=0;left=0;bottom=0;right=0;fontStyle=1;align=center;html=1;" vertex="1" parent="conversations_header"><mxGeometry x="240" width="280" height="30" as="geometry" /></mxCell>
        <mxCell id="conversations_row_id" value="" style="shape=tableRow;horizontal=0;startSize=0;fillColor=none;collapsible=0;dropTarget=0;top=0;left=0;right=0;bottom=1;" vertex="1" parent="conversations"><mxGeometry y="64" width="520" height="30" as="geometry" /></mxCell>
        <mxCell id="conversations_row_id_key" value="PK" style="shape=partialRectangle;connectable=0;fillColor=none;top=0;left=0;bottom=0;right=1;fontStyle=1;align=center;html=1;" vertex="1" parent="conversations_row_id"><mxGeometry width="70" height="30" as="geometry" /></mxCell>
        <mxCell id="conversations_row_id_field" value="_id = conversationId" style="shape=partialRectangle;connectable=0;fillColor=none;top=0;left=0;bottom=0;right=1;align=left;spacingLeft=6;html=1;" vertex="1" parent="conversations_row_id"><mxGeometry x="70" width="170" height="30" as="geometry" /></mxCell>
        <mxCell id="conversations_row_id_desc" value="대화방 식별자" style="shape=partialRectangle;connectable=0;fillColor=none;top=0;left=0;bottom=0;right=0;align=left;spacingLeft=6;html=1;" vertex="1" parent="conversations_row_id"><mxGeometry x="240" width="280" height="30" as="geometry" /></mxCell>
        <mxCell id="conversations_row_userid" value="" style="shape=tableRow;horizontal=0;startSize=0;fillColor=none;collapsible=0;dropTarget=0;top=0;left=0;right=0;bottom=1;" vertex="1" parent="conversations"><mxGeometry y="94" width="520" height="30" as="geometry" /></mxCell>
        <mxCell id="conversations_row_userid_key" value="FK" style="shape=partialRectangle;connectable=0;fillColor=none;top=0;left=0;bottom=0;right=1;fontStyle=1;align=center;html=1;" vertex="1" parent="conversations_row_userid"><mxGeometry width="70" height="30" as="geometry" /></mxCell>
        <mxCell id="conversations_row_userid_field" value="userId index" style="shape=partialRectangle;connectable=0;fillColor=none;top=0;left=0;bottom=0;right=1;align=left;spacingLeft=6;html=1;" vertex="1" parent="conversations_row_userid"><mxGeometry x="70" width="170" height="30" as="geometry" /></mxCell>
        <mxCell id="conversations_row_userid_desc" value="대화 소유 사용자 ID" style="shape=partialRectangle;connectable=0;fillColor=none;top=0;left=0;bottom=0;right=0;align=left;spacingLeft=6;html=1;" vertex="1" parent="conversations_row_userid"><mxGeometry x="240" width="280" height="30" as="geometry" /></mxCell>
        <mxCell id="conversations_row_title" value="" style="shape=tableRow;horizontal=0;startSize=0;fillColor=none;collapsible=0;dropTarget=0;top=0;left=0;right=0;bottom=1;" vertex="1" parent="conversations"><mxGeometry y="124" width="520" height="30" as="geometry" /></mxCell>
        <mxCell id="conversations_row_title_key" value="" style="shape=partialRectangle;connectable=0;fillColor=none;top=0;left=0;bottom=0;right=1;html=1;" vertex="1" parent="conversations_row_title"><mxGeometry width="70" height="30" as="geometry" /></mxCell>
        <mxCell id="conversations_row_title_field" value="title" style="shape=partialRectangle;connectable=0;fillColor=none;top=0;left=0;bottom=0;right=1;align=left;spacingLeft=6;html=1;" vertex="1" parent="conversations_row_title"><mxGeometry x="70" width="170" height="30" as="geometry" /></mxCell>
        <mxCell id="conversations_row_title_desc" value="히스토리 목록 대화 제목" style="shape=partialRectangle;connectable=0;fillColor=none;top=0;left=0;bottom=0;right=0;align=left;spacingLeft=6;html=1;" vertex="1" parent="conversations_row_title"><mxGeometry x="240" width="280" height="30" as="geometry" /></mxCell>
        <mxCell id="conversations_row_status" value="" style="shape=tableRow;horizontal=0;startSize=0;fillColor=none;collapsible=0;dropTarget=0;top=0;left=0;right=0;bottom=1;" vertex="1" parent="conversations"><mxGeometry y="154" width="520" height="30" as="geometry" /></mxCell>
        <mxCell id="conversations_row_status_key" value="" style="shape=partialRectangle;connectable=0;fillColor=none;top=0;left=0;bottom=0;right=1;html=1;" vertex="1" parent="conversations_row_status"><mxGeometry width="70" height="30" as="geometry" /></mxCell>
        <mxCell id="conversations_row_status_field" value="status" style="shape=partialRectangle;connectable=0;fillColor=none;top=0;left=0;bottom=0;right=1;align=left;spacingLeft=6;html=1;" vertex="1" parent="conversations_row_status"><mxGeometry x="70" width="170" height="30" as="geometry" /></mxCell>
        <mxCell id="conversations_row_status_desc" value="마지막 턴 기준 대화 상태" style="shape=partialRectangle;connectable=0;fillColor=none;top=0;left=0;bottom=0;right=0;align=left;spacingLeft=6;html=1;" vertex="1" parent="conversations_row_status"><mxGeometry x="240" width="280" height="30" as="geometry" /></mxCell>
        <mxCell id="conversations_row_turns" value="" style="shape=tableRow;horizontal=0;startSize=0;fillColor=none;collapsible=0;dropTarget=0;top=0;left=0;right=0;bottom=1;" vertex="1" parent="conversations"><mxGeometry y="184" width="520" height="30" as="geometry" /></mxCell>
        <mxCell id="conversations_row_turns_key" value="" style="shape=partialRectangle;connectable=0;fillColor=none;top=0;left=0;bottom=0;right=1;html=1;" vertex="1" parent="conversations_row_turns"><mxGeometry width="70" height="30" as="geometry" /></mxCell>
        <mxCell id="conversations_row_turns_field" value="turnCount" style="shape=partialRectangle;connectable=0;fillColor=none;top=0;left=0;bottom=0;right=1;align=left;spacingLeft=6;html=1;" vertex="1" parent="conversations_row_turns"><mxGeometry x="70" width="170" height="30" as="geometry" /></mxCell>
        <mxCell id="conversations_row_turns_desc" value="질문/응답 턴 수" style="shape=partialRectangle;connectable=0;fillColor=none;top=0;left=0;bottom=0;right=0;align=left;spacingLeft=6;html=1;" vertex="1" parent="conversations_row_turns"><mxGeometry x="240" width="280" height="30" as="geometry" /></mxCell>
        <mxCell id="conversations_row_created" value="" style="shape=tableRow;horizontal=0;startSize=0;fillColor=none;collapsible=0;dropTarget=0;top=0;left=0;right=0;bottom=1;" vertex="1" parent="conversations"><mxGeometry y="214" width="520" height="30" as="geometry" /></mxCell>
        <mxCell id="conversations_row_created_key" value="" style="shape=partialRectangle;connectable=0;fillColor=none;top=0;left=0;bottom=0;right=1;html=1;" vertex="1" parent="conversations_row_created"><mxGeometry width="70" height="30" as="geometry" /></mxCell>
        <mxCell id="conversations_row_created_field" value="createdAt" style="shape=partialRectangle;connectable=0;fillColor=none;top=0;left=0;bottom=0;right=1;align=left;spacingLeft=6;html=1;" vertex="1" parent="conversations_row_created"><mxGeometry x="70" width="170" height="30" as="geometry" /></mxCell>
        <mxCell id="conversations_row_created_desc" value="대화 생성 시각" style="shape=partialRectangle;connectable=0;fillColor=none;top=0;left=0;bottom=0;right=0;align=left;spacingLeft=6;html=1;" vertex="1" parent="conversations_row_created"><mxGeometry x="240" width="280" height="30" as="geometry" /></mxCell>
        <mxCell id="conversations_row_updated" value="" style="shape=tableRow;horizontal=0;startSize=0;fillColor=none;collapsible=0;dropTarget=0;top=0;left=0;right=0;bottom=1;" vertex="1" parent="conversations"><mxGeometry y="244" width="520" height="30" as="geometry" /></mxCell>
        <mxCell id="conversations_row_updated_key" value="" style="shape=partialRectangle;connectable=0;fillColor=none;top=0;left=0;bottom=0;right=1;html=1;" vertex="1" parent="conversations_row_updated"><mxGeometry width="70" height="30" as="geometry" /></mxCell>
        <mxCell id="conversations_row_updated_field" value="updatedAt" style="shape=partialRectangle;connectable=0;fillColor=none;top=0;left=0;bottom=0;right=1;align=left;spacingLeft=6;html=1;" vertex="1" parent="conversations_row_updated"><mxGeometry x="70" width="170" height="30" as="geometry" /></mxCell>
        <mxCell id="conversations_row_updated_desc" value="마지막 대화 갱신 시각" style="shape=partialRectangle;connectable=0;fillColor=none;top=0;left=0;bottom=0;right=0;align=left;spacingLeft=6;html=1;" vertex="1" parent="conversations_row_updated"><mxGeometry x="240" width="280" height="30" as="geometry" /></mxCell>
        <mxCell id="conversations_row_deleted" value="" style="shape=tableRow;horizontal=0;startSize=0;fillColor=none;collapsible=0;dropTarget=0;top=0;left=0;right=0;bottom=0;" vertex="1" parent="conversations"><mxGeometry y="274" width="520" height="30" as="geometry" /></mxCell>
        <mxCell id="conversations_row_deleted_key" value="" style="shape=partialRectangle;connectable=0;fillColor=none;top=0;left=0;bottom=0;right=1;html=1;" vertex="1" parent="conversations_row_deleted"><mxGeometry width="70" height="30" as="geometry" /></mxCell>
        <mxCell id="conversations_row_deleted_field" value="deletedAt optional" style="shape=partialRectangle;connectable=0;fillColor=none;top=0;left=0;bottom=0;right=1;align=left;spacingLeft=6;html=1;" vertex="1" parent="conversations_row_deleted"><mxGeometry x="70" width="170" height="30" as="geometry" /></mxCell>
        <mxCell id="conversations_row_deleted_desc" value="soft delete 삭제 시각" style="shape=partialRectangle;connectable=0;fillColor=none;top=0;left=0;bottom=0;right=0;align=left;spacingLeft=6;html=1;" vertex="1" parent="conversations_row_deleted"><mxGeometry x="240" width="280" height="30" as="geometry" /></mxCell>

        <mxCell id="auditlogs" value="audit_logs" style="shape=table;startSize=34;container=1;collapsible=1;childLayout=tableLayout;fixedRows=1;rowLines=0;fontStyle=1;align=center;resizeLast=1;html=1;rounded=0;fillColor=#f8cecc;strokeColor=#b85450;" vertex="1" parent="1">
          <mxGeometry x="1240" y="60" width="540" height="394" as="geometry" />
        </mxCell>
        <mxCell id="auditlogs_header" value="" style="shape=tableRow;horizontal=0;startSize=0;fillColor=#f8cecc;collapsible=0;dropTarget=0;top=0;left=0;right=0;bottom=1;" vertex="1" parent="auditlogs"><mxGeometry y="34" width="540" height="30" as="geometry" /></mxCell>
        <mxCell id="auditlogs_header_key" value="Key" style="shape=partialRectangle;connectable=0;fillColor=none;top=0;left=0;bottom=0;right=1;fontStyle=1;align=center;html=1;" vertex="1" parent="auditlogs_header"><mxGeometry width="70" height="30" as="geometry" /></mxCell>
        <mxCell id="auditlogs_header_field" value="schema 변수 명" style="shape=partialRectangle;connectable=0;fillColor=none;top=0;left=0;bottom=0;right=1;fontStyle=1;align=center;html=1;" vertex="1" parent="auditlogs_header"><mxGeometry x="70" width="180" height="30" as="geometry" /></mxCell>
        <mxCell id="auditlogs_header_desc" value="설명" style="shape=partialRectangle;connectable=0;fillColor=none;top=0;left=0;bottom=0;right=0;fontStyle=1;align=center;html=1;" vertex="1" parent="auditlogs_header"><mxGeometry x="250" width="290" height="30" as="geometry" /></mxCell>
        <mxCell id="auditlogs_row_id" value="" style="shape=tableRow;horizontal=0;startSize=0;fillColor=none;collapsible=0;dropTarget=0;top=0;left=0;right=0;bottom=1;" vertex="1" parent="auditlogs"><mxGeometry y="64" width="540" height="30" as="geometry" /></mxCell>
        <mxCell id="auditlogs_row_id_key" value="PK" style="shape=partialRectangle;connectable=0;fillColor=none;top=0;left=0;bottom=0;right=1;fontStyle=1;align=center;html=1;" vertex="1" parent="auditlogs_row_id"><mxGeometry width="70" height="30" as="geometry" /></mxCell>
        <mxCell id="auditlogs_row_id_field" value="_id" style="shape=partialRectangle;connectable=0;fillColor=none;top=0;left=0;bottom=0;right=1;align=left;spacingLeft=6;html=1;" vertex="1" parent="auditlogs_row_id"><mxGeometry x="70" width="180" height="30" as="geometry" /></mxCell>
        <mxCell id="auditlogs_row_id_desc" value="MongoDB 문서 식별자" style="shape=partialRectangle;connectable=0;fillColor=none;top=0;left=0;bottom=0;right=0;align=left;spacingLeft=6;html=1;" vertex="1" parent="auditlogs_row_id"><mxGeometry x="250" width="290" height="30" as="geometry" /></mxCell>
        <mxCell id="auditlogs_row_userid" value="" style="shape=tableRow;horizontal=0;startSize=0;fillColor=none;collapsible=0;dropTarget=0;top=0;left=0;right=0;bottom=1;" vertex="1" parent="auditlogs"><mxGeometry y="94" width="540" height="30" as="geometry" /></mxCell>
        <mxCell id="auditlogs_row_userid_key" value="FK" style="shape=partialRectangle;connectable=0;fillColor=none;top=0;left=0;bottom=0;right=1;fontStyle=1;align=center;html=1;" vertex="1" parent="auditlogs_row_userid"><mxGeometry width="70" height="30" as="geometry" /></mxCell>
        <mxCell id="auditlogs_row_userid_field" value="userId index" style="shape=partialRectangle;connectable=0;fillColor=none;top=0;left=0;bottom=0;right=1;align=left;spacingLeft=6;html=1;" vertex="1" parent="auditlogs_row_userid"><mxGeometry x="70" width="180" height="30" as="geometry" /></mxCell>
        <mxCell id="auditlogs_row_userid_desc" value="질문을 보낸 사용자 ID" style="shape=partialRectangle;connectable=0;fillColor=none;top=0;left=0;bottom=0;right=0;align=left;spacingLeft=6;html=1;" vertex="1" parent="auditlogs_row_userid"><mxGeometry x="250" width="290" height="30" as="geometry" /></mxCell>
        <mxCell id="auditlogs_row_conversation" value="" style="shape=tableRow;horizontal=0;startSize=0;fillColor=none;collapsible=0;dropTarget=0;top=0;left=0;right=0;bottom=1;" vertex="1" parent="auditlogs"><mxGeometry y="124" width="540" height="30" as="geometry" /></mxCell>
        <mxCell id="auditlogs_row_conversation_key" value="FK" style="shape=partialRectangle;connectable=0;fillColor=none;top=0;left=0;bottom=0;right=1;fontStyle=1;align=center;html=1;" vertex="1" parent="auditlogs_row_conversation"><mxGeometry width="70" height="30" as="geometry" /></mxCell>
        <mxCell id="auditlogs_row_conversation_field" value="conversationId index" style="shape=partialRectangle;connectable=0;fillColor=none;top=0;left=0;bottom=0;right=1;align=left;spacingLeft=6;html=1;" vertex="1" parent="auditlogs_row_conversation"><mxGeometry x="70" width="180" height="30" as="geometry" /></mxCell>
        <mxCell id="auditlogs_row_conversation_desc" value="소속 대화 ID" style="shape=partialRectangle;connectable=0;fillColor=none;top=0;left=0;bottom=0;right=0;align=left;spacingLeft=6;html=1;" vertex="1" parent="auditlogs_row_conversation"><mxGeometry x="250" width="290" height="30" as="geometry" /></mxCell>
        <mxCell id="auditlogs_row_created" value="" style="shape=tableRow;horizontal=0;startSize=0;fillColor=none;collapsible=0;dropTarget=0;top=0;left=0;right=0;bottom=1;" vertex="1" parent="auditlogs"><mxGeometry y="154" width="540" height="30" as="geometry" /></mxCell>
        <mxCell id="auditlogs_row_created_key" value="" style="shape=partialRectangle;connectable=0;fillColor=none;top=0;left=0;bottom=0;right=1;html=1;" vertex="1" parent="auditlogs_row_created"><mxGeometry width="70" height="30" as="geometry" /></mxCell>
        <mxCell id="auditlogs_row_created_field" value="createdAt index" style="shape=partialRectangle;connectable=0;fillColor=none;top=0;left=0;bottom=0;right=1;align=left;spacingLeft=6;html=1;" vertex="1" parent="auditlogs_row_created"><mxGeometry x="70" width="180" height="30" as="geometry" /></mxCell>
        <mxCell id="auditlogs_row_created_desc" value="턴 생성 시각" style="shape=partialRectangle;connectable=0;fillColor=none;top=0;left=0;bottom=0;right=0;align=left;spacingLeft=6;html=1;" vertex="1" parent="auditlogs_row_created"><mxGeometry x="250" width="290" height="30" as="geometry" /></mxCell>
        <mxCell id="auditlogs_row_status" value="" style="shape=tableRow;horizontal=0;startSize=0;fillColor=none;collapsible=0;dropTarget=0;top=0;left=0;right=0;bottom=1;" vertex="1" parent="auditlogs"><mxGeometry y="184" width="540" height="30" as="geometry" /></mxCell>
        <mxCell id="auditlogs_row_status_key" value="" style="shape=partialRectangle;connectable=0;fillColor=none;top=0;left=0;bottom=0;right=1;html=1;" vertex="1" parent="auditlogs_row_status"><mxGeometry width="70" height="30" as="geometry" /></mxCell>
        <mxCell id="auditlogs_row_status_field" value="status index" style="shape=partialRectangle;connectable=0;fillColor=none;top=0;left=0;bottom=0;right=1;align=left;spacingLeft=6;html=1;" vertex="1" parent="auditlogs_row_status"><mxGeometry x="70" width="180" height="30" as="geometry" /></mxCell>
        <mxCell id="auditlogs_row_status_desc" value="STARTED/SUCCEEDED/FAILED" style="shape=partialRectangle;connectable=0;fillColor=none;top=0;left=0;bottom=0;right=0;align=left;spacingLeft=6;html=1;" vertex="1" parent="auditlogs_row_status"><mxGeometry x="250" width="290" height="30" as="geometry" /></mxCell>
        <mxCell id="auditlogs_row_completed" value="" style="shape=tableRow;horizontal=0;startSize=0;fillColor=none;collapsible=0;dropTarget=0;top=0;left=0;right=0;bottom=1;" vertex="1" parent="auditlogs"><mxGeometry y="214" width="540" height="30" as="geometry" /></mxCell>
        <mxCell id="auditlogs_row_completed_key" value="" style="shape=partialRectangle;connectable=0;fillColor=none;top=0;left=0;bottom=0;right=1;html=1;" vertex="1" parent="auditlogs_row_completed"><mxGeometry width="70" height="30" as="geometry" /></mxCell>
        <mxCell id="auditlogs_row_completed_field" value="completedAt" style="shape=partialRectangle;connectable=0;fillColor=none;top=0;left=0;bottom=0;right=1;align=left;spacingLeft=6;html=1;" vertex="1" parent="auditlogs_row_completed"><mxGeometry x="70" width="180" height="30" as="geometry" /></mxCell>
        <mxCell id="auditlogs_row_completed_desc" value="턴 완료 또는 실패 시각" style="shape=partialRectangle;connectable=0;fillColor=none;top=0;left=0;bottom=0;right=0;align=left;spacingLeft=6;html=1;" vertex="1" parent="auditlogs_row_completed"><mxGeometry x="250" width="290" height="30" as="geometry" /></mxCell>
        <mxCell id="auditlogs_row_provider" value="" style="shape=tableRow;horizontal=0;startSize=0;fillColor=none;collapsible=0;dropTarget=0;top=0;left=0;right=0;bottom=1;" vertex="1" parent="auditlogs"><mxGeometry y="244" width="540" height="30" as="geometry" /></mxCell>
        <mxCell id="auditlogs_row_provider_key" value="" style="shape=partialRectangle;connectable=0;fillColor=none;top=0;left=0;bottom=0;right=1;html=1;" vertex="1" parent="auditlogs_row_provider"><mxGeometry width="70" height="30" as="geometry" /></mxCell>
        <mxCell id="auditlogs_row_provider_field" value="modelProvider" style="shape=partialRectangle;connectable=0;fillColor=none;top=0;left=0;bottom=0;right=1;align=left;spacingLeft=6;html=1;" vertex="1" parent="auditlogs_row_provider"><mxGeometry x="70" width="180" height="30" as="geometry" /></mxCell>
        <mxCell id="auditlogs_row_provider_desc" value="응답 생성 모델 제공자" style="shape=partialRectangle;connectable=0;fillColor=none;top=0;left=0;bottom=0;right=0;align=left;spacingLeft=6;html=1;" vertex="1" parent="auditlogs_row_provider"><mxGeometry x="250" width="290" height="30" as="geometry" /></mxCell>
        <mxCell id="auditlogs_row_question" value="" style="shape=tableRow;horizontal=0;startSize=0;fillColor=none;collapsible=0;dropTarget=0;top=0;left=0;right=0;bottom=1;" vertex="1" parent="auditlogs"><mxGeometry y="274" width="540" height="30" as="geometry" /></mxCell>
        <mxCell id="auditlogs_row_question_key" value="" style="shape=partialRectangle;connectable=0;fillColor=none;top=0;left=0;bottom=0;right=1;html=1;" vertex="1" parent="auditlogs_row_question"><mxGeometry width="70" height="30" as="geometry" /></mxCell>
        <mxCell id="auditlogs_row_question_field" value="question" style="shape=partialRectangle;connectable=0;fillColor=none;top=0;left=0;bottom=0;right=1;align=left;spacingLeft=6;html=1;" vertex="1" parent="auditlogs_row_question"><mxGeometry x="70" width="180" height="30" as="geometry" /></mxCell>
        <mxCell id="auditlogs_row_question_desc" value="사용자 질문 본문 원본" style="shape=partialRectangle;connectable=0;fillColor=none;top=0;left=0;bottom=0;right=0;align=left;spacingLeft=6;html=1;" vertex="1" parent="auditlogs_row_question"><mxGeometry x="250" width="290" height="30" as="geometry" /></mxCell>
        <mxCell id="auditlogs_row_answer" value="" style="shape=tableRow;horizontal=0;startSize=0;fillColor=none;collapsible=0;dropTarget=0;top=0;left=0;right=0;bottom=1;" vertex="1" parent="auditlogs"><mxGeometry y="304" width="540" height="30" as="geometry" /></mxCell>
        <mxCell id="auditlogs_row_answer_key" value="" style="shape=partialRectangle;connectable=0;fillColor=none;top=0;left=0;bottom=0;right=1;html=1;" vertex="1" parent="auditlogs_row_answer"><mxGeometry width="70" height="30" as="geometry" /></mxCell>
        <mxCell id="auditlogs_row_answer_field" value="answer" style="shape=partialRectangle;connectable=0;fillColor=none;top=0;left=0;bottom=0;right=1;align=left;spacingLeft=6;html=1;" vertex="1" parent="auditlogs_row_answer"><mxGeometry x="70" width="180" height="30" as="geometry" /></mxCell>
        <mxCell id="auditlogs_row_answer_desc" value="어시스턴트 응답 본문 원본" style="shape=partialRectangle;connectable=0;fillColor=none;top=0;left=0;bottom=0;right=0;align=left;spacingLeft=6;html=1;" vertex="1" parent="auditlogs_row_answer"><mxGeometry x="250" width="290" height="30" as="geometry" /></mxCell>
        <mxCell id="auditlogs_row_error" value="" style="shape=tableRow;horizontal=0;startSize=0;fillColor=none;collapsible=0;dropTarget=0;top=0;left=0;right=0;bottom=1;" vertex="1" parent="auditlogs"><mxGeometry y="334" width="540" height="30" as="geometry" /></mxCell>
        <mxCell id="auditlogs_row_error_key" value="" style="shape=partialRectangle;connectable=0;fillColor=none;top=0;left=0;bottom=0;right=1;html=1;" vertex="1" parent="auditlogs_row_error"><mxGeometry width="70" height="30" as="geometry" /></mxCell>
        <mxCell id="auditlogs_row_error_field" value="errorMessage" style="shape=partialRectangle;connectable=0;fillColor=none;top=0;left=0;bottom=0;right=1;align=left;spacingLeft=6;html=1;" vertex="1" parent="auditlogs_row_error"><mxGeometry x="70" width="180" height="30" as="geometry" /></mxCell>
        <mxCell id="auditlogs_row_error_desc" value="실패한 턴의 오류 메시지" style="shape=partialRectangle;connectable=0;fillColor=none;top=0;left=0;bottom=0;right=0;align=left;spacingLeft=6;html=1;" vertex="1" parent="auditlogs_row_error"><mxGeometry x="250" width="290" height="30" as="geometry" /></mxCell>
        <mxCell id="auditlogs_row_context" value="" style="shape=tableRow;horizontal=0;startSize=0;fillColor=none;collapsible=0;dropTarget=0;top=0;left=0;right=0;bottom=0;" vertex="1" parent="auditlogs"><mxGeometry y="364" width="540" height="30" as="geometry" /></mxCell>
        <mxCell id="auditlogs_row_context_key" value="" style="shape=partialRectangle;connectable=0;fillColor=none;top=0;left=0;bottom=0;right=1;html=1;" vertex="1" parent="auditlogs_row_context"><mxGeometry width="70" height="30" as="geometry" /></mxCell>
        <mxCell id="auditlogs_row_context_field" value="context fields" style="shape=partialRectangle;connectable=0;fillColor=none;top=0;left=0;bottom=0;right=1;align=left;spacingLeft=6;html=1;" vertex="1" parent="auditlogs_row_context"><mxGeometry x="70" width="180" height="30" as="geometry" /></mxCell>
        <mxCell id="auditlogs_row_context_desc" value="파일, 선택 영역, 주변 코드" style="shape=partialRectangle;connectable=0;fillColor=none;top=0;left=0;bottom=0;right=0;align=left;spacingLeft=6;html=1;" vertex="1" parent="auditlogs_row_context"><mxGeometry x="250" width="290" height="30" as="geometry" /></mxCell>

        <mxCell id="memory" value="ai_chat_memory" style="shape=table;startSize=34;container=1;collapsible=1;childLayout=tableLayout;fixedRows=1;rowLines=0;fontStyle=1;align=center;resizeLast=1;html=1;rounded=0;fillColor=#e1d5e7;strokeColor=#9673a6;" vertex="1" parent="1">
          <mxGeometry x="1240" y="560" width="540" height="184" as="geometry" />
        </mxCell>
        <mxCell id="memory_header" value="" style="shape=tableRow;horizontal=0;startSize=0;fillColor=#e1d5e7;collapsible=0;dropTarget=0;top=0;left=0;right=0;bottom=1;" vertex="1" parent="memory"><mxGeometry y="34" width="540" height="30" as="geometry" /></mxCell>
        <mxCell id="memory_header_key" value="Key" style="shape=partialRectangle;connectable=0;fillColor=none;top=0;left=0;bottom=0;right=1;fontStyle=1;align=center;html=1;" vertex="1" parent="memory_header"><mxGeometry width="70" height="30" as="geometry" /></mxCell>
        <mxCell id="memory_header_field" value="schema 변수 명" style="shape=partialRectangle;connectable=0;fillColor=none;top=0;left=0;bottom=0;right=1;fontStyle=1;align=center;html=1;" vertex="1" parent="memory_header"><mxGeometry x="70" width="180" height="30" as="geometry" /></mxCell>
        <mxCell id="memory_header_desc" value="설명" style="shape=partialRectangle;connectable=0;fillColor=none;top=0;left=0;bottom=0;right=0;fontStyle=1;align=center;html=1;" vertex="1" parent="memory_header"><mxGeometry x="250" width="290" height="30" as="geometry" /></mxCell>
        <mxCell id="memory_row_conversation" value="" style="shape=tableRow;horizontal=0;startSize=0;fillColor=none;collapsible=0;dropTarget=0;top=0;left=0;right=0;bottom=1;" vertex="1" parent="memory"><mxGeometry y="64" width="540" height="30" as="geometry" /></mxCell>
        <mxCell id="memory_row_conversation_key" value="FK" style="shape=partialRectangle;connectable=0;fillColor=none;top=0;left=0;bottom=0;right=1;fontStyle=1;align=center;html=1;" vertex="1" parent="memory_row_conversation"><mxGeometry width="70" height="30" as="geometry" /></mxCell>
        <mxCell id="memory_row_conversation_field" value="conversationId" style="shape=partialRectangle;connectable=0;fillColor=none;top=0;left=0;bottom=0;right=1;align=left;spacingLeft=6;html=1;" vertex="1" parent="memory_row_conversation"><mxGeometry x="70" width="180" height="30" as="geometry" /></mxCell>
        <mxCell id="memory_row_conversation_desc" value="Spring AI 메모리 조회 키" style="shape=partialRectangle;connectable=0;fillColor=none;top=0;left=0;bottom=0;right=0;align=left;spacingLeft=6;html=1;" vertex="1" parent="memory_row_conversation"><mxGeometry x="250" width="290" height="30" as="geometry" /></mxCell>
        <mxCell id="memory_row_window" value="" style="shape=tableRow;horizontal=0;startSize=0;fillColor=none;collapsible=0;dropTarget=0;top=0;left=0;right=0;bottom=1;" vertex="1" parent="memory"><mxGeometry y="94" width="540" height="30" as="geometry" /></mxCell>
        <mxCell id="memory_row_window_key" value="" style="shape=partialRectangle;connectable=0;fillColor=none;top=0;left=0;bottom=0;right=1;html=1;" vertex="1" parent="memory_row_window"><mxGeometry width="70" height="30" as="geometry" /></mxCell>
        <mxCell id="memory_row_window_field" value="message window" style="shape=partialRectangle;connectable=0;fillColor=none;top=0;left=0;bottom=0;right=1;align=left;spacingLeft=6;html=1;" vertex="1" parent="memory_row_window"><mxGeometry x="70" width="180" height="30" as="geometry" /></mxCell>
        <mxCell id="memory_row_window_desc" value="프롬프트에 주입할 최근 메시지" style="shape=partialRectangle;connectable=0;fillColor=none;top=0;left=0;bottom=0;right=0;align=left;spacingLeft=6;html=1;" vertex="1" parent="memory_row_window"><mxGeometry x="250" width="290" height="30" as="geometry" /></mxCell>
        <mxCell id="memory_row_history" value="" style="shape=tableRow;horizontal=0;startSize=0;fillColor=none;collapsible=0;dropTarget=0;top=0;left=0;right=0;bottom=1;" vertex="1" parent="memory"><mxGeometry y="124" width="540" height="30" as="geometry" /></mxCell>
        <mxCell id="memory_row_history_key" value="" style="shape=partialRectangle;connectable=0;fillColor=none;top=0;left=0;bottom=0;right=1;html=1;" vertex="1" parent="memory_row_history"><mxGeometry width="70" height="30" as="geometry" /></mxCell>
        <mxCell id="memory_row_history_field" value="request/response memory" style="shape=partialRectangle;connectable=0;fillColor=none;top=0;left=0;bottom=0;right=1;align=left;spacingLeft=6;html=1;" vertex="1" parent="memory_row_history"><mxGeometry x="70" width="180" height="30" as="geometry" /></mxCell>
        <mxCell id="memory_row_history_desc" value="LLM 이어가기를 위한 메모리" style="shape=partialRectangle;connectable=0;fillColor=none;top=0;left=0;bottom=0;right=0;align=left;spacingLeft=6;html=1;" vertex="1" parent="memory_row_history"><mxGeometry x="250" width="290" height="30" as="geometry" /></mxCell>
        <mxCell id="memory_row_managed" value="" style="shape=tableRow;horizontal=0;startSize=0;fillColor=none;collapsible=0;dropTarget=0;top=0;left=0;right=0;bottom=0;" vertex="1" parent="memory"><mxGeometry y="154" width="540" height="30" as="geometry" /></mxCell>
        <mxCell id="memory_row_managed_key" value="" style="shape=partialRectangle;connectable=0;fillColor=none;top=0;left=0;bottom=0;right=1;html=1;" vertex="1" parent="memory_row_managed"><mxGeometry width="70" height="30" as="geometry" /></mxCell>
        <mxCell id="memory_row_managed_field" value="Spring AI managed" style="shape=partialRectangle;connectable=0;fillColor=none;top=0;left=0;bottom=0;right=1;align=left;spacingLeft=6;html=1;" vertex="1" parent="memory_row_managed"><mxGeometry x="70" width="180" height="30" as="geometry" /></mxCell>
        <mxCell id="memory_row_managed_desc" value="애플리케이션이 직접 소유하지 않음" style="shape=partialRectangle;connectable=0;fillColor=none;top=0;left=0;bottom=0;right=0;align=left;spacingLeft=6;html=1;" vertex="1" parent="memory_row_managed"><mxGeometry x="250" width="290" height="30" as="geometry" /></mxCell>

        <mxCell id="user_sessions" value="userId" style="endArrow=block;html=1;rounded=0;" edge="1" parent="1" source="users" target="sessions">
          <mxGeometry relative="1" as="geometry" />
        </mxCell>
        <mxCell id="user_modelconfigs" value="userId" style="endArrow=block;html=1;rounded=0;" edge="1" parent="1" source="users" target="modelconfigs">
          <mxGeometry relative="1" as="geometry" />
        </mxCell>
        <mxCell id="user_conversations" value="userId" style="endArrow=block;html=1;rounded=0;" edge="1" parent="1" source="users" target="conversations">
          <mxGeometry relative="1" as="geometry" />
        </mxCell>
        <mxCell id="user_auditlogs" value="userId audit index" style="endArrow=block;html=1;rounded=0;" edge="1" parent="1" source="users" target="auditlogs">
          <mxGeometry relative="1" as="geometry" />
        </mxCell>
        <mxCell id="conversation_auditlogs" value="conversationId" style="endArrow=block;html=1;rounded=0;" edge="1" parent="1" source="conversations" target="auditlogs">
          <mxGeometry relative="1" as="geometry" />
        </mxCell>
        <mxCell id="conversation_memory" value="conversationId" style="endArrow=block;html=1;rounded=0;dashed=1;" edge="1" parent="1" source="conversations" target="memory">
          <mxGeometry relative="1" as="geometry" />
        </mxCell>
      </root>
    </mxGraphModel>
  </diagram>
</mxfile>
